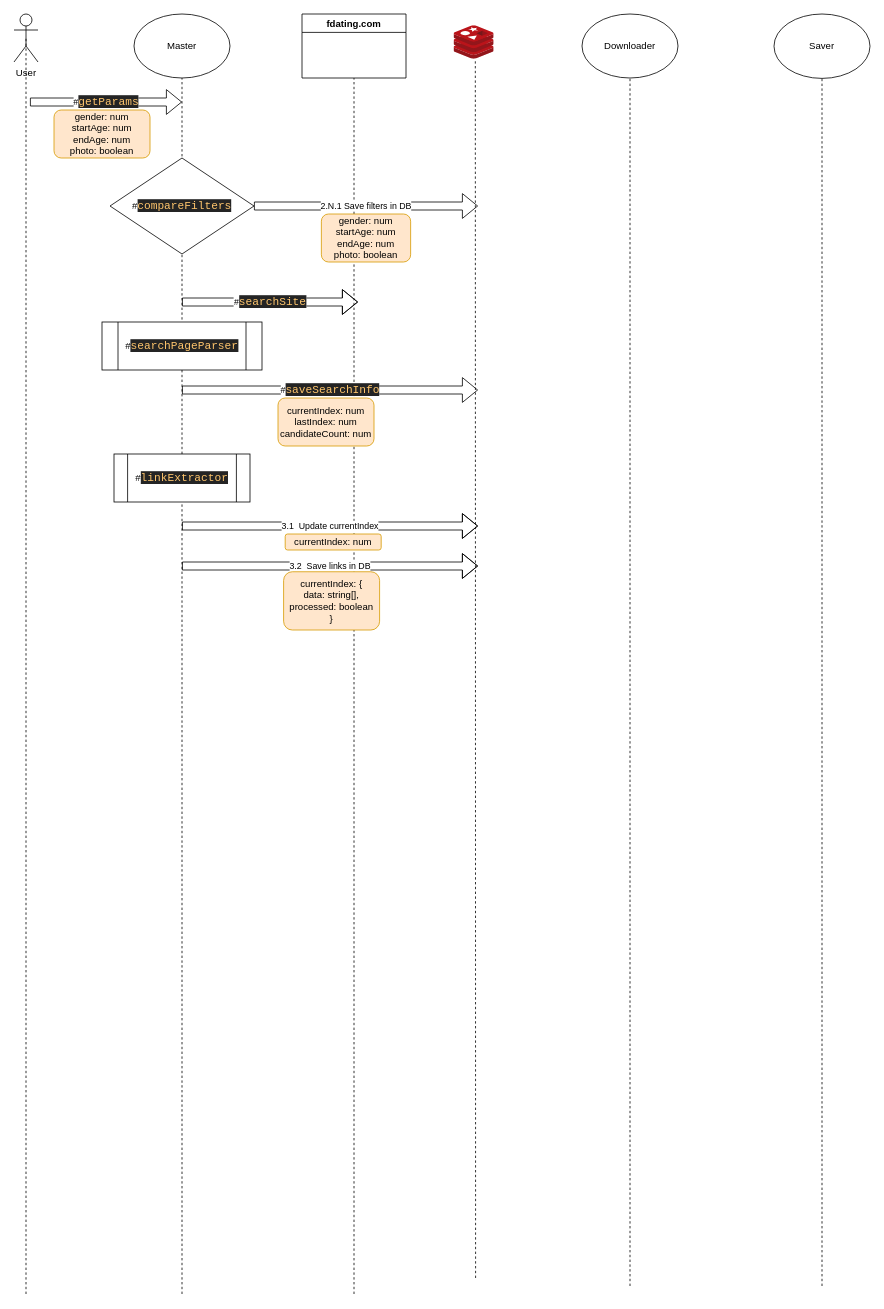
This is diagrams/architecture.drawio from Kal9Isa/fdating-profile-collector, a draw.io file, before an edit. Source tidied: cells renumbered, new cells numbered last; positions are measured from the earlier drawing's top-left corner, leaving out a move shared by most shapes. Both pictures are drawn from the tidied source at 80%, with x=0, y=0 at pixel (14, 14).
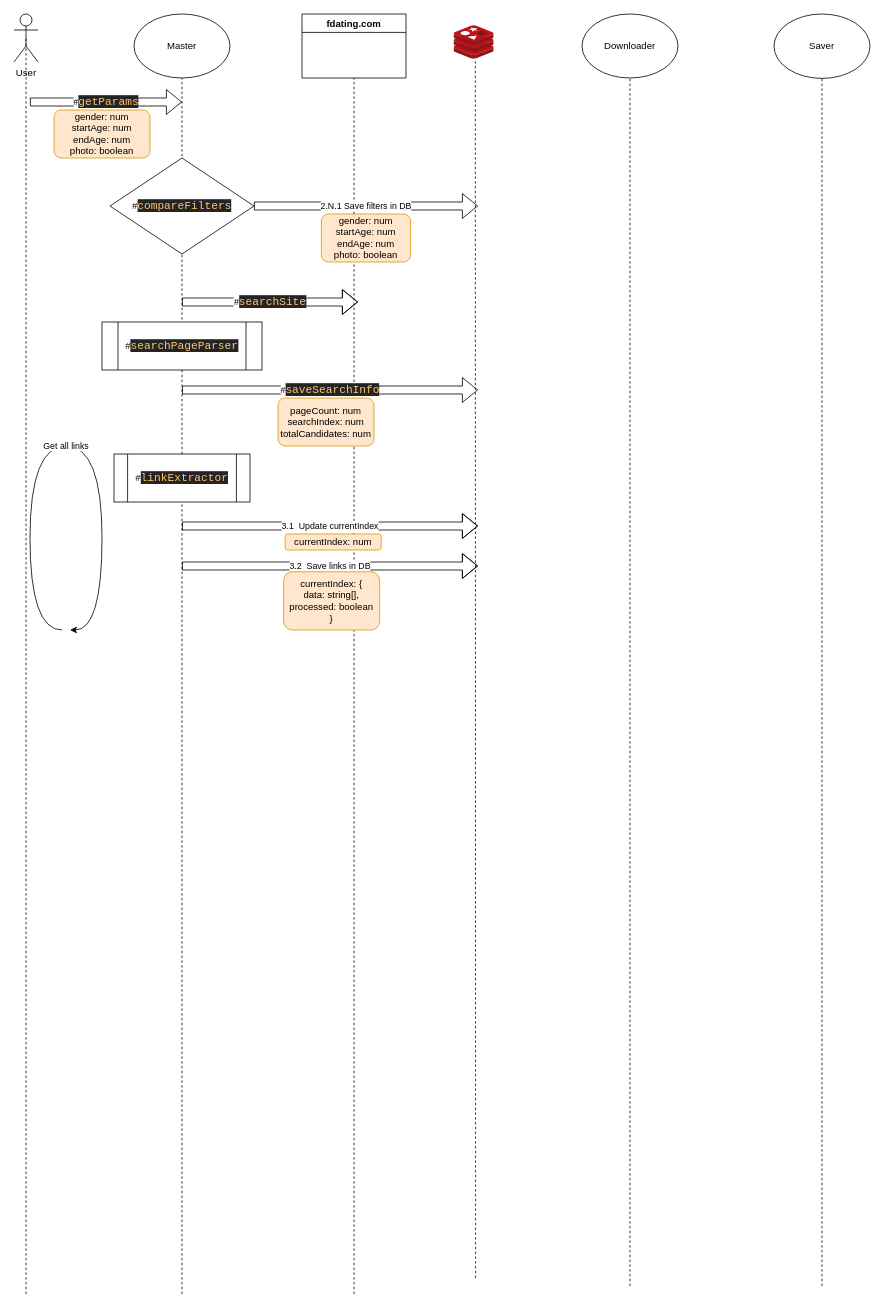
Above is the later version.

Commit message:
added link collector loop

The change refers to these unchanged cells:
```xml
<mxCell id="23" style="group;" parent="1" vertex="1">
  <mxGeometry x="210" y="470" width="370" height="70" as="geometry" />
</mxCell>
```

What changed in the source:
```diff
@@
-    <mxCell id="25" value="&lt;font color=&quot;#000000&quot;&gt;currentIndex: num&lt;br&gt;lastIndex: num&lt;br&gt;candidateCount: num&lt;br&gt;&lt;/font&gt;" style="rounded=1;whiteSpace=wrap;html=1;fillColor=#ffe6cc;strokeColor=#d79b00;" parent="23" vertex="1">
+    <mxCell id="25" value="&lt;font color=&quot;#000000&quot;&gt;pageCount: num&lt;br&gt;searchIndex: num&lt;br&gt;totalCandidates: num&lt;br&gt;&lt;/font&gt;" style="rounded=1;whiteSpace=wrap;html=1;fillColor=#ffe6cc;strokeColor=#d79b00;" parent="23" vertex="1">
       <mxGeometry x="120" y="10" width="120" height="60" as="geometry" />
     </mxCell>
@@
+    <mxCell id="38" value="Get all links" style="endArrow=classic;html=1;edgeStyle=orthogonalEdgeStyle;curved=1;" parent="1" edge="1">
+      <mxGeometry relative="1" as="geometry">
+        <mxPoint x="60" y="770" as="sourcePoint" />
+        <mxPoint x="70" y="770" as="targetPoint" />
+        <Array as="points">
+          <mxPoint x="20" y="770" />
+          <mxPoint x="20" y="540" />
+          <mxPoint x="110" y="540" />
+          <mxPoint x="110" y="770" />
+        </Array>
+      </mxGeometry>
+    </mxCell>
```
